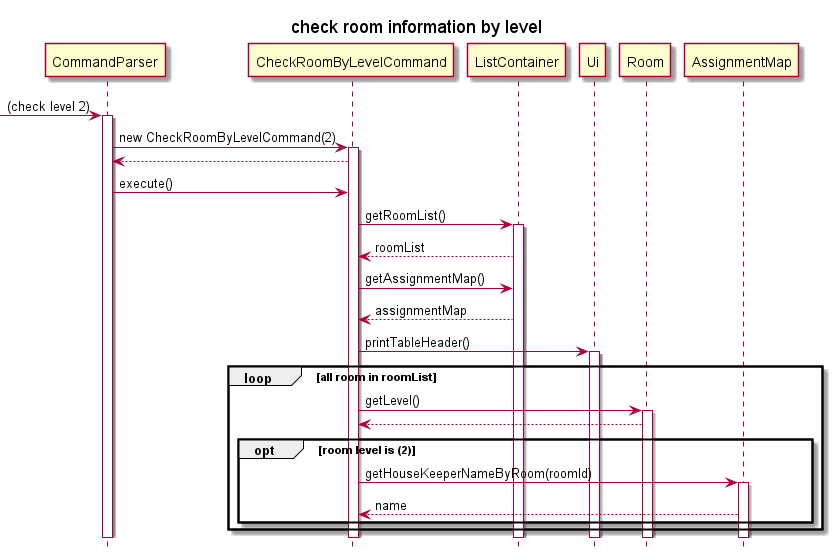
Earlier version of the PlantUML export docs/team/xunyi_checkroombylevelcommand_uml/XunyiZeng_checkRoomByLevel_Sequence.png (nus-cs2113-AY2122S2/tp).
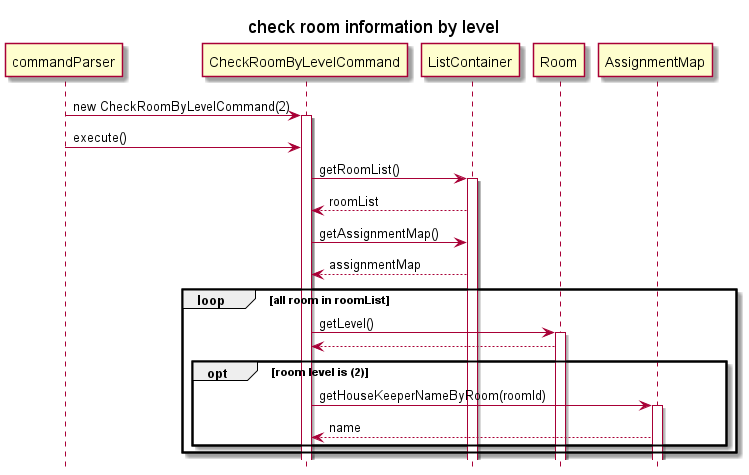
The same diagram one commit later.

Change to the diagram source:
```diff
@@ -1,19 +1,14 @@
 @startuml
 title check room information by level
 hide footbox
--> CommandParser: (check level 2)
-activate CommandParser
-CommandParser -> CheckRoomByLevelCommand: new CheckRoomByLevelCommand(2)
+commandParser -> CheckRoomByLevelCommand: new CheckRoomByLevelCommand(2)
 activate CheckRoomByLevelCommand
-CheckRoomByLevelCommand --> CommandParser
-CommandParser -> CheckRoomByLevelCommand: execute()
+commandParser -> CheckRoomByLevelCommand: execute()
 CheckRoomByLevelCommand -> ListContainer: getRoomList()
 activate ListContainer
 ListContainer --> CheckRoomByLevelCommand: roomList
 CheckRoomByLevelCommand -> ListContainer: getAssignmentMap()
 ListContainer --> CheckRoomByLevelCommand: assignmentMap
-CheckRoomByLevelCommand -> Ui: printTableHeader()
-activate Ui
 loop all room in roomList
     CheckRoomByLevelCommand -> Room: getLevel()
     activate Room
```
